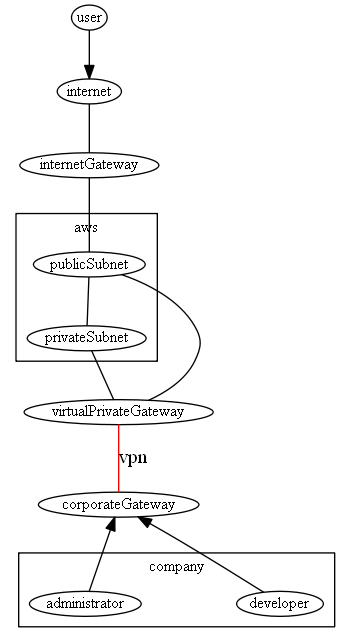
taeyoungchoon/taeyoungchoon.github.io keeps this Graphviz diagram as aws.png. Above is the earlier version. Its source is kept beside it as aws.dot.
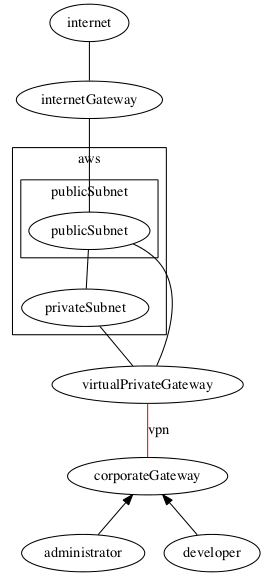
The same diagram one commit later.

The edit, as a diff of the source:
```diff
@@ -2,13 +2,8 @@
 digraph aws {
 
 edge[dir=none]
-node[fontsize=12,margin=0,width=".2",height=".2"]
-nodesep=1.0
-graph[fontsize=12]
-ratio=compress
-size="16,10"
+size="6,6"
 
-user -> internet[dir=forward]
 internet -> internetGateway
 internetGateway -> publicSubnet
 publicSubnet -> privateSubnet
```
